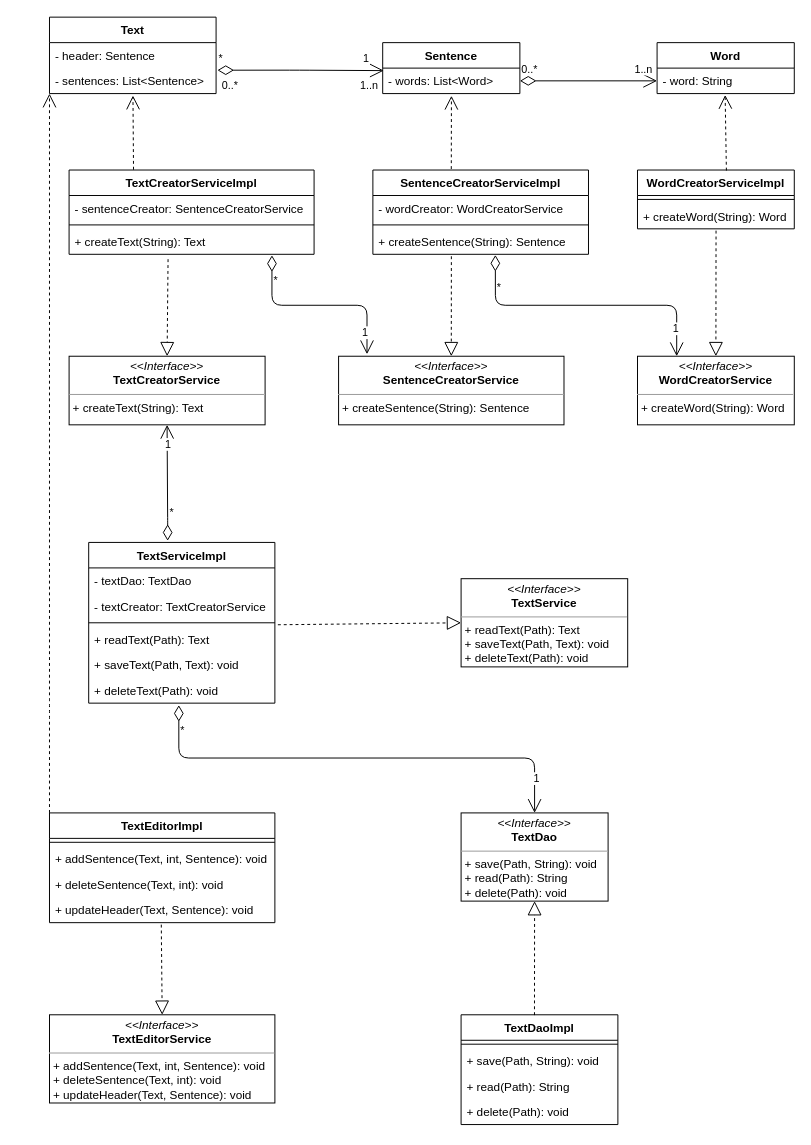
Above: task04-classes/task-diagram.drawio in nikitun13/epam-training (draw.io), before the change. Source tidied: cells renumbered, new cells numbered last; positions are measured from the earlier drawing's top-left corner, leaving out a move shared by most shapes. Both pictures are drawn from the tidied source at 98%, with x=0, y=0 at pixel (49, 17).
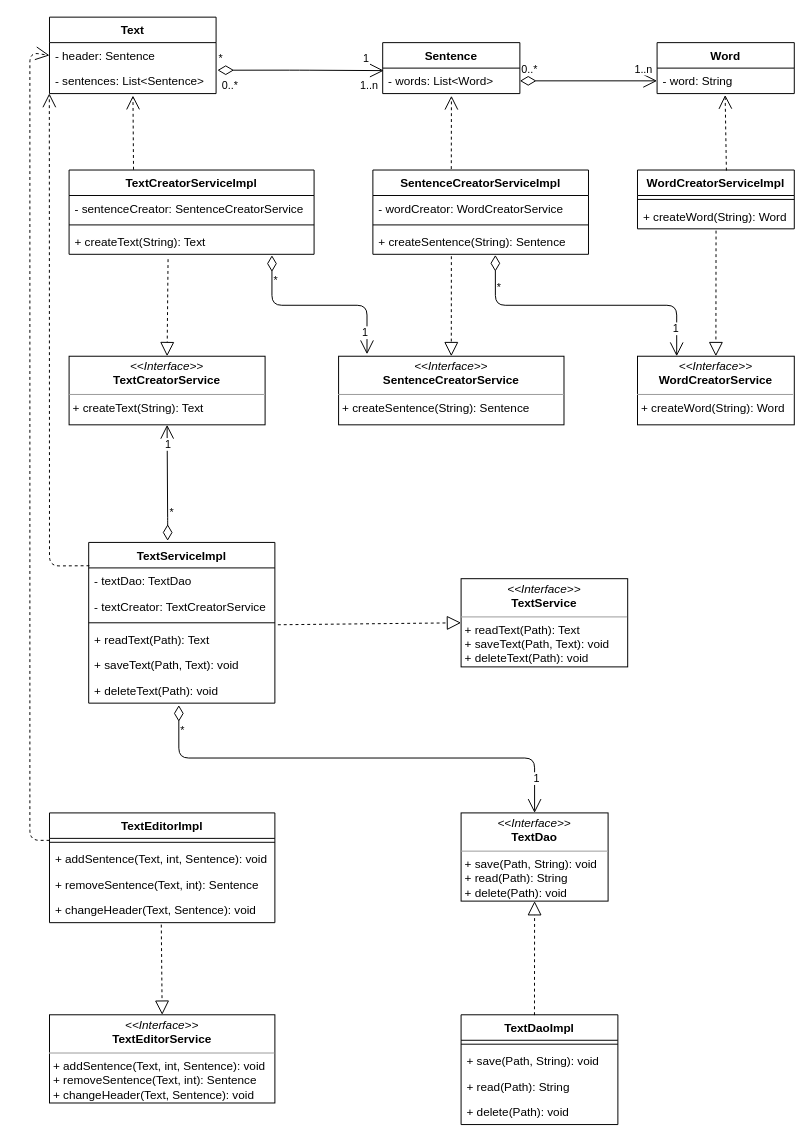
The same page after the edit.

Unchanged cells that the change refers to:
```xml
<mxCell id="9" value="- header: Sentence" style="text;strokeColor=none;fillColor=none;align=left;verticalAlign=top;spacingLeft=4;spacingRight=4;overflow=hidden;points=[[0,0.5],[1,0.5]];portConstraint=eastwest;" parent="8" vertex="1">
  <mxGeometry y="26" width="170" height="26" as="geometry" />
</mxCell>
<mxCell id="10" value="- sentences: List&lt;Sentence&gt;" style="text;strokeColor=none;fillColor=none;align=left;verticalAlign=top;spacingLeft=4;spacingRight=4;overflow=hidden;points=[[0,0.5],[1,0.5]];portConstraint=eastwest;" parent="8" vertex="1">
  <mxGeometry y="52" width="170" height="26" as="geometry" />
</mxCell>
<mxCell id="21" value="TextServiceImpl" style="swimlane;fontStyle=1;align=center;verticalAlign=top;horizontal=1;startSize=26;" parent="1" vertex="1">
  <mxGeometry x="40" y="536" width="190" height="164" as="geometry" />
</mxCell>
<mxCell id="29" value="TextEditorImpl" style="swimlane;fontStyle=1;align=center;verticalAlign=top;horizontal=1;startSize=26;" parent="1" vertex="1">
  <mxGeometry y="812" width="230" height="112" as="geometry" />
</mxCell>
```

Diff of the diagram source:
```diff
@@
-    <mxCell id="16" value="&lt;p style=&quot;margin: 0px ; margin-top: 4px ; text-align: center&quot;&gt;&lt;i&gt;&amp;lt;&amp;lt;Interface&amp;gt;&amp;gt;&lt;/i&gt;&lt;br&gt;&lt;b&gt;TextEditorService&lt;/b&gt;&lt;/p&gt;&lt;hr size=&quot;1&quot;&gt;&lt;p style=&quot;margin: 0px ; margin-left: 4px&quot;&gt;&lt;span&gt;+&amp;nbsp;&lt;/span&gt;addSentence&lt;span&gt;(Text, int, Sentence): void&lt;/span&gt;&lt;/p&gt;&lt;p style=&quot;margin: 0px ; margin-left: 4px&quot;&gt;+ deleteSentence(Text, int): void&lt;/p&gt;&lt;p style=&quot;margin: 0px ; margin-left: 4px&quot;&gt;+ updateHeader(Text, Sentence): void&lt;/p&gt;" style="verticalAlign=top;align=left;overflow=fill;fontSize=12;fontFamily=Helvetica;html=1;" parent="1" vertex="1">
+    <mxCell id="16" value="&lt;p style=&quot;margin: 0px ; margin-top: 4px ; text-align: center&quot;&gt;&lt;i&gt;&amp;lt;&amp;lt;Interface&amp;gt;&amp;gt;&lt;/i&gt;&lt;br&gt;&lt;b&gt;TextEditorService&lt;/b&gt;&lt;/p&gt;&lt;hr size=&quot;1&quot;&gt;&lt;p style=&quot;margin: 0px ; margin-left: 4px&quot;&gt;&lt;span&gt;+&amp;nbsp;&lt;/span&gt;addSentence&lt;span&gt;(Text, int, Sentence): void&lt;/span&gt;&lt;/p&gt;&lt;p style=&quot;margin: 0px ; margin-left: 4px&quot;&gt;+ removeSentence(Text, int): Sentence&lt;/p&gt;&lt;p style=&quot;margin: 0px ; margin-left: 4px&quot;&gt;+ changeHeader(Text, Sentence): void&lt;/p&gt;" style="verticalAlign=top;align=left;overflow=fill;fontSize=12;fontFamily=Helvetica;html=1;" parent="1" vertex="1">
       <mxGeometry y="1018" width="230" height="90" as="geometry" />
     </mxCell>
@@
-    <mxCell id="32" value="+ deleteSentence(Text, int): void" style="text;strokeColor=none;fillColor=none;align=left;verticalAlign=top;spacingLeft=4;spacingRight=4;overflow=hidden;" parent="29" vertex="1">
+    <mxCell id="32" value="+ removeSentence(Text, int): Sentence" style="text;strokeColor=none;fillColor=none;align=left;verticalAlign=top;spacingLeft=4;spacingRight=4;overflow=hidden;" parent="29" vertex="1">
       <mxGeometry y="60" width="230" height="26" as="geometry" />
     </mxCell>
-    <mxCell id="33" value="+ updateHeader(Text, Sentence): void" style="text;strokeColor=none;fillColor=none;align=left;verticalAlign=top;spacingLeft=4;spacingRight=4;overflow=hidden;points=[[0,0.5],[1,0.5]];portConstraint=eastwest;" parent="29" vertex="1">
+    <mxCell id="33" value="+ changeHeader(Text, Sentence): void" style="text;strokeColor=none;fillColor=none;align=left;verticalAlign=top;spacingLeft=4;spacingRight=4;overflow=hidden;points=[[0,0.5],[1,0.5]];portConstraint=eastwest;" parent="29" vertex="1">
       <mxGeometry y="86" width="230" height="26" as="geometry" />
     </mxCell>
@@
-    <mxCell id="55" style="endArrow=open;endSize=12;dashed=1;html=1;exitX=0;exitY=0;exitDx=0;exitDy=0;entryX=0;entryY=1;entryDx=0;entryDy=0;entryPerimeter=0;" parent="1" edge="1" source="29" target="10">
-      <mxGeometry relative="1" as="geometry">
-        <Array as="points">
-          <mxPoint y="706" />
-        </Array>
-      </mxGeometry>
-    </mxCell>
@@
+    <mxCell id="67" style="endArrow=open;endSize=12;dashed=1;html=1;exitX=0;exitY=0.25;exitDx=0;exitDy=0;entryX=0;entryY=0.5;entryDx=0;entryDy=0;" parent="1" edge="1" source="29" target="9">
+      <mxGeometry relative="1" as="geometry">
+        <Array as="points">
+          <mxPoint x="-20" y="840" />
+          <mxPoint x="-20" y="36" />
+        </Array>
+      </mxGeometry>
+    </mxCell>
+    <mxCell id="68" style="endArrow=open;endSize=12;dashed=1;html=1;exitX=0.004;exitY=0.145;exitDx=0;exitDy=0;exitPerimeter=0;entryX=-0.001;entryY=0.993;entryDx=0;entryDy=0;entryPerimeter=0;" parent="1" edge="1" source="21" target="10">
+      <mxGeometry relative="1" as="geometry">
+        <Array as="points">
+          <mxPoint y="560" />
+        </Array>
+      </mxGeometry>
+    </mxCell>
```
